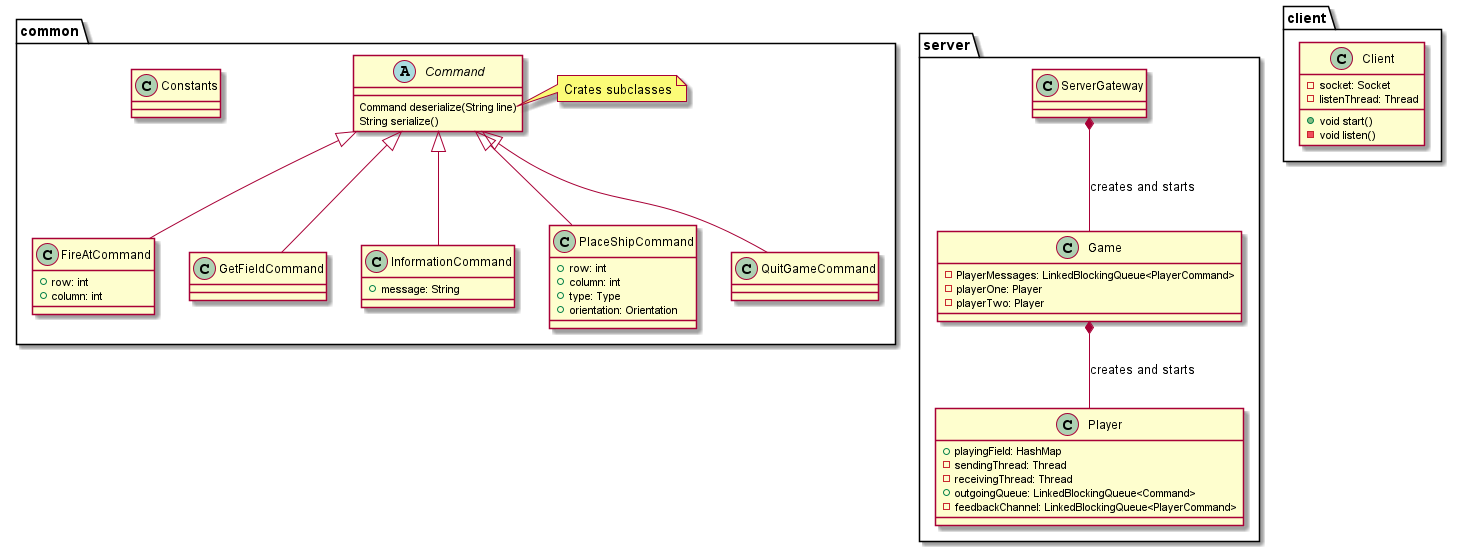
Earlier version of the PlantUML export ClassDiagram.png (pohuing/Battleships).
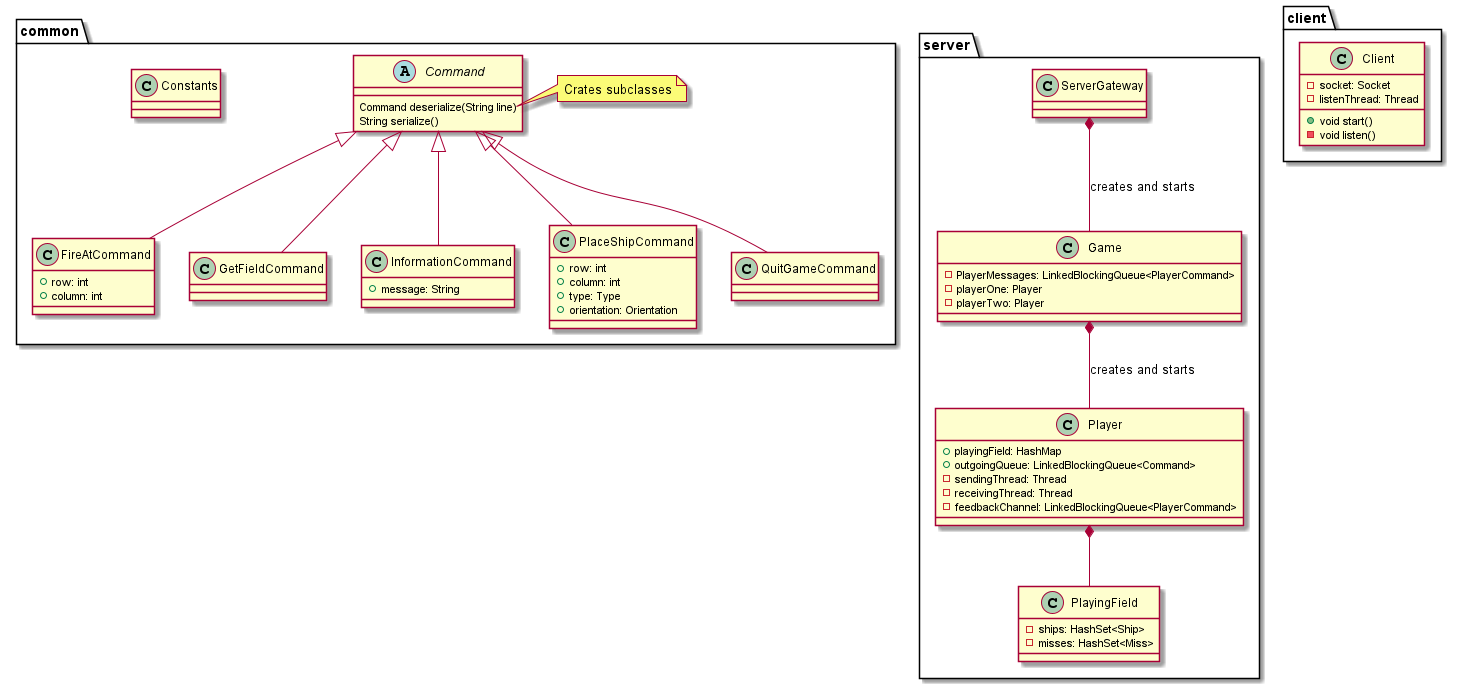
Later version of the same file.

The edit, as a diff of the source:
```diff
@@ -13,11 +13,17 @@
 
     class Player{
         +playingField: HashMap
+        +outgoingQueue: LinkedBlockingQueue<Command>
         -sendingThread: Thread
         -receivingThread: Thread
-        +outgoingQueue: LinkedBlockingQueue<Command>
         -feedbackChannel: LinkedBlockingQueue<PlayerCommand>
     }
+
+    class PlayingField{
+        -ships: HashSet<Ship>
+        -misses: HashSet<Miss>
+    }
+    Player *-- PlayingField
 }
 
 package common{
```
